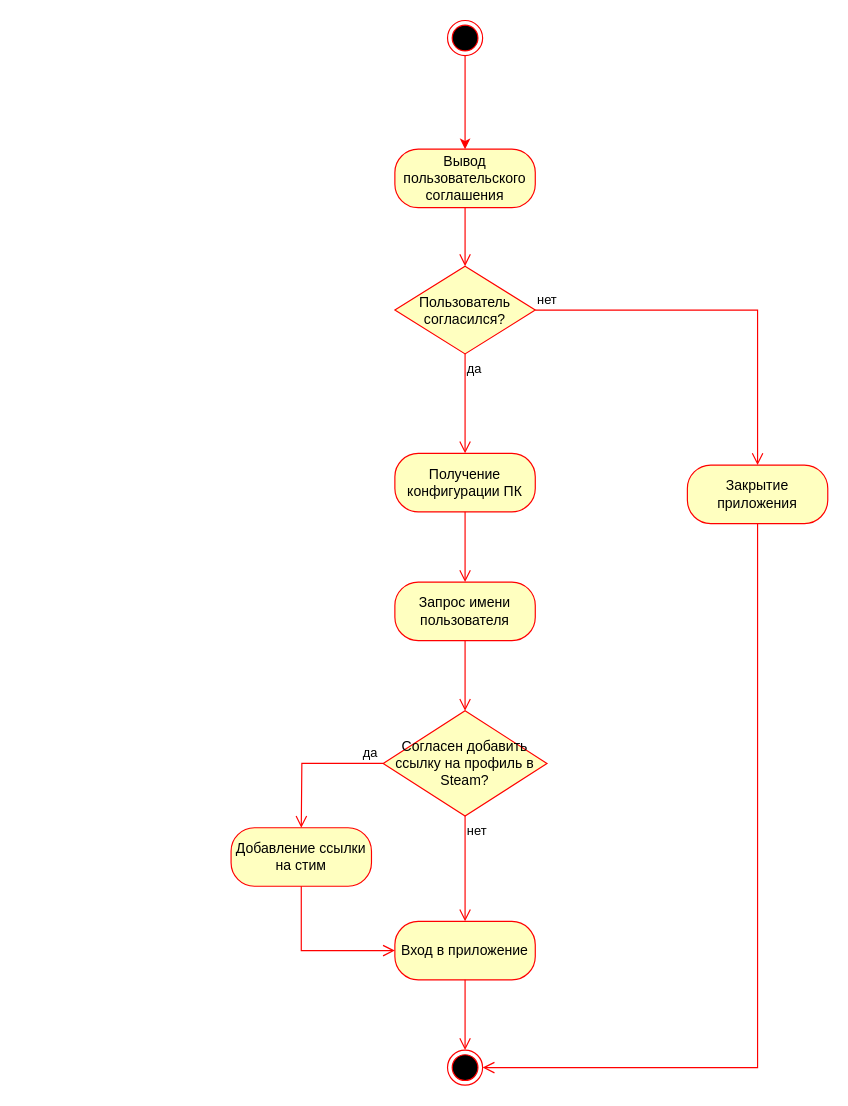
ReNecro100/WillPCHandle keeps this draw.io diagram as УП (II семестр)/Диаграмма деятельности РЕГИСТРАЦИЯ.drawio. Above is the earlier version. Source tidied: cells renumbered, new cells numbered last; positions are measured from the earlier drawing's top-left corner, leaving out a move shared by most shapes. Both pictures are drawn from the tidied source at 117%, with x=0, y=0 at pixel (230, 20).
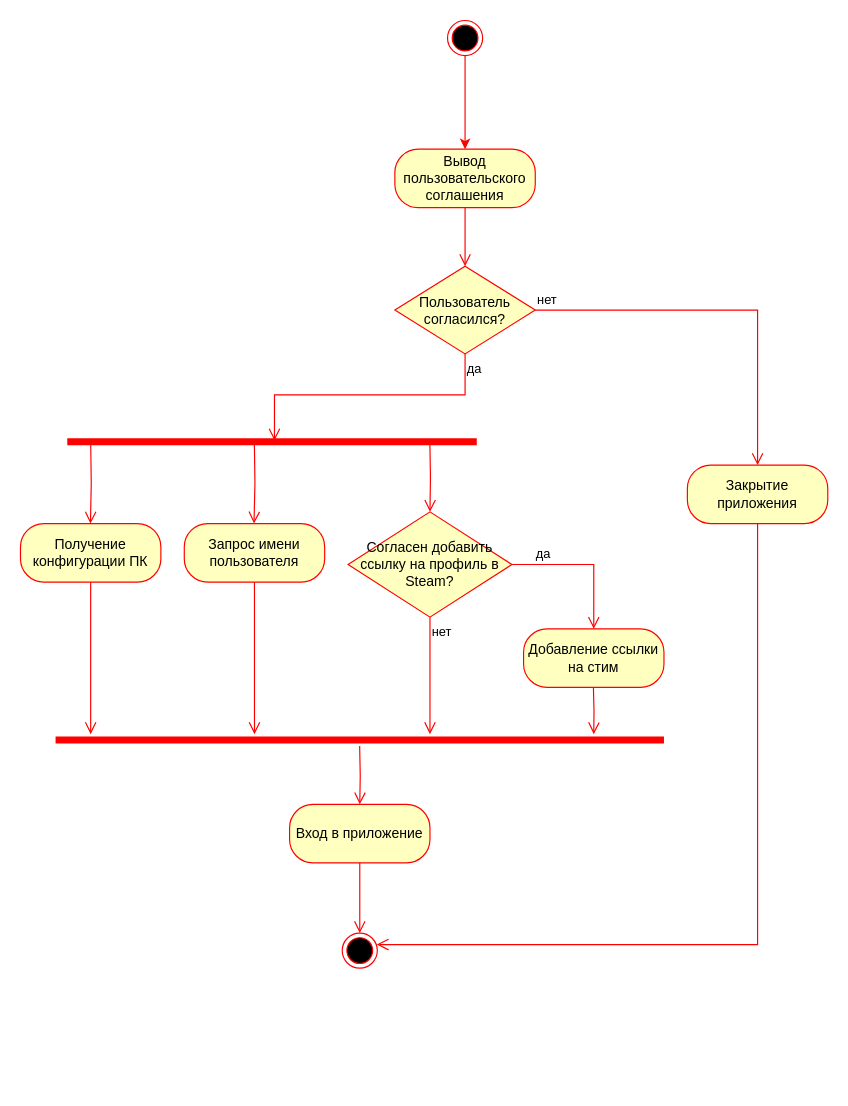
After the change.

The change refers to these unchanged cells:
```xml
<mxCell id="6" value="Пользователь согласился?" style="rhombus;whiteSpace=wrap;html=1;fontColor=#000000;fillColor=#ffffc0;strokeColor=#ff0000;" parent="1" vertex="1">
  <mxGeometry x="140" y="210" width="120" height="75" as="geometry" />
</mxCell>
<mxCell id="9" value="Закрытие приложения" style="rounded=1;whiteSpace=wrap;html=1;arcSize=40;fontColor=#000000;fillColor=#ffffc0;strokeColor=#ff0000;" parent="1" vertex="1">
  <mxGeometry x="390" y="380" width="120" height="50" as="geometry" />
</mxCell>
```

Diff of the diagram source:
```diff
@@
-    <mxCell id="8" value="да" style="edgeStyle=orthogonalEdgeStyle;html=1;align=left;verticalAlign=top;endArrow=open;endSize=8;strokeColor=#ff0000;rounded=0;" parent="1" edge="1" source="6">
-      <mxGeometry x="-1" relative="1" as="geometry">
-        <mxPoint x="200" y="370" as="targetPoint" />
-      </mxGeometry>
+    <mxCell id="8" value="да" style="edgeStyle=orthogonalEdgeStyle;html=1;align=left;verticalAlign=top;endArrow=open;endSize=8;strokeColor=#ff0000;rounded=0;entryX=0.506;entryY=0.4;entryDx=0;entryDy=0;entryPerimeter=0;" parent="1" edge="1" source="6" target="23">
+      <mxGeometry x="-1" relative="1" as="geometry" />
     </mxCell>
@@
-    <mxCell id="10" style="edgeStyle=orthogonalEdgeStyle;html=1;verticalAlign=bottom;endArrow=open;endSize=8;strokeColor=#ff0000;rounded=0;entryX=1;entryY=0.5;entryDx=0;entryDy=0;" parent="1" edge="1" source="9" target="15">
+    <mxCell id="10" style="edgeStyle=orthogonalEdgeStyle;html=1;verticalAlign=bottom;endArrow=open;endSize=8;strokeColor=#ff0000;rounded=0;entryX=0.983;entryY=0.328;entryDx=0;entryDy=0;entryPerimeter=0;" parent="1" edge="1" source="9" target="15">
       <mxGeometry relative="1" as="geometry">
         <Array as="points">
-          <mxPoint x="450" y="895" />
+          <mxPoint x="450" y="790" />
         </Array>
       </mxGeometry>
     </mxCell>
     <mxCell id="11" value="Получение конфигурации ПК" style="rounded=1;whiteSpace=wrap;html=1;arcSize=40;fontColor=#000000;fillColor=#ffffc0;strokeColor=#ff0000;" parent="1" vertex="1">
-      <mxGeometry x="140" y="370" width="120" height="50" as="geometry" />
+      <mxGeometry x="-180" y="430" width="120" height="50" as="geometry" />
     </mxCell>
     <mxCell id="12" style="edgeStyle=orthogonalEdgeStyle;html=1;verticalAlign=bottom;endArrow=open;endSize=8;strokeColor=#ff0000;rounded=0;" parent="1" edge="1" source="11">
       <mxGeometry relative="1" as="geometry">
-        <mxPoint x="200" y="480" as="targetPoint" />
+        <mxPoint x="-120" y="610" as="targetPoint" />
       </mxGeometry>
     </mxCell>
     <mxCell id="13" value="Вход в приложение" style="rounded=1;whiteSpace=wrap;html=1;arcSize=40;fontColor=#000000;fillColor=#ffffc0;strokeColor=#ff0000;" parent="1" vertex="1">
-      <mxGeometry x="140" y="770" width="120" height="50" as="geometry" />
+      <mxGeometry x="50" y="670" width="120" height="50" as="geometry" />
     </mxCell>
     <mxCell id="14" style="edgeStyle=orthogonalEdgeStyle;html=1;verticalAlign=bottom;endArrow=open;endSize=8;strokeColor=#ff0000;rounded=0;" parent="1" edge="1" source="13">
       <mxGeometry relative="1" as="geometry">
-        <mxPoint x="200" y="880" as="targetPoint" />
+        <mxPoint x="110" y="780" as="targetPoint" />
       </mxGeometry>
     </mxCell>
     <mxCell id="15" style="ellipse;html=1;shape=endState;fillColor=#000000;strokeColor=#ff0000;" parent="1" vertex="1">
-      <mxGeometry x="185" y="880" width="30" height="30" as="geometry" />
+      <mxGeometry x="95" y="780" width="30" height="30" as="geometry" />
     </mxCell>
     <mxCell id="16" value="Запрос имени пользователя" style="rounded=1;whiteSpace=wrap;html=1;arcSize=40;fontColor=#000000;fillColor=#ffffc0;strokeColor=#ff0000;" parent="1" vertex="1">
-      <mxGeometry x="140" y="480" width="120" height="50" as="geometry" />
+      <mxGeometry x="-40" y="430" width="120" height="50" as="geometry" />
     </mxCell>
     <mxCell id="17" style="edgeStyle=orthogonalEdgeStyle;html=1;verticalAlign=bottom;endArrow=open;endSize=8;strokeColor=#ff0000;rounded=0;" parent="1" edge="1" source="16">
       <mxGeometry relative="1" as="geometry">
-        <mxPoint x="200" y="590" as="targetPoint" />
+        <mxPoint x="20" y="610" as="targetPoint" />
       </mxGeometry>
     </mxCell>
     <mxCell id="18" value="Добавление ссылки на стим" style="rounded=1;whiteSpace=wrap;html=1;arcSize=40;fontColor=#000000;fillColor=#ffffc0;strokeColor=#ff0000;" parent="1" vertex="1">
-      <mxGeometry y="690" width="120" height="50" as="geometry" />
+      <mxGeometry x="250" y="520" width="120" height="50" as="geometry" />
     </mxCell>
-    <mxCell id="19" style="edgeStyle=orthogonalEdgeStyle;html=1;verticalAlign=bottom;endArrow=open;endSize=8;strokeColor=#ff0000;rounded=0;entryX=0;entryY=0.5;entryDx=0;entryDy=0;" parent="1" edge="1" source="18" target="13">
-      <mxGeometry relative="1" as="geometry">
-        <Array as="points">
-          <mxPoint x="60" y="795" />
-        </Array>
-      </mxGeometry>
-    </mxCell>
     <mxCell id="20" value="Согласен добавить ссылку на профиль в Steam?" style="rhombus;whiteSpace=wrap;html=1;fontColor=#000000;fillColor=#ffffc0;strokeColor=#ff0000;" parent="1" vertex="1">
-      <mxGeometry x="130" y="590" width="140" height="90" as="geometry" />
+      <mxGeometry x="100" y="420" width="140" height="90" as="geometry" />
     </mxCell>
-    <mxCell id="21" value="да" style="edgeStyle=orthogonalEdgeStyle;html=1;align=left;verticalAlign=bottom;endArrow=open;endSize=8;strokeColor=#ff0000;rounded=0;exitX=0;exitY=0.5;exitDx=0;exitDy=0;" parent="1" edge="1" source="20">
+    <mxCell id="21" value="да" style="edgeStyle=orthogonalEdgeStyle;html=1;align=left;verticalAlign=bottom;endArrow=open;endSize=8;strokeColor=#ff0000;rounded=0;exitX=1;exitY=0.5;exitDx=0;exitDy=0;entryX=0.5;entryY=0;entryDx=0;entryDy=0;" parent="1" edge="1" source="20" target="18">
       <mxGeometry x="-0.69" relative="1" as="geometry">
-        <mxPoint x="60" y="690" as="targetPoint" />
+        <Array as="points">
+          <mxPoint x="310" y="465" />
+        </Array>
       </mxGeometry>
     </mxCell>
-    <mxCell id="22" value="нет" style="edgeStyle=orthogonalEdgeStyle;html=1;align=left;verticalAlign=top;endArrow=open;endSize=8;strokeColor=#ff0000;rounded=0;entryX=0.5;entryY=0;entryDx=0;entryDy=0;" parent="1" edge="1" source="20" target="13">
-      <mxGeometry x="-1" relative="1" as="geometry" />
+    <mxCell id="22" value="нет" style="edgeStyle=orthogonalEdgeStyle;html=1;align=left;verticalAlign=top;endArrow=open;endSize=8;strokeColor=#ff0000;rounded=0;" parent="1" edge="1" source="20">
+      <mxGeometry x="-1" relative="1" as="geometry">
+        <mxPoint x="170" y="610" as="targetPoint" />
+      </mxGeometry>
     </mxCell>
+    <mxCell id="23" style="shape=line;html=1;strokeWidth=6;strokeColor=#ff0000;" parent="1" vertex="1">
+      <mxGeometry x="-140" y="355" width="350" height="10" as="geometry" />
+    </mxCell>
+    <mxCell id="24" style="shape=line;html=1;strokeWidth=6;strokeColor=#ff0000;" parent="1" vertex="1">
+      <mxGeometry x="-150" y="610" width="520" height="10" as="geometry" />
+    </mxCell>
+    <mxCell id="25" style="edgeStyle=orthogonalEdgeStyle;html=1;verticalAlign=bottom;endArrow=open;endSize=8;strokeColor=#ff0000;rounded=0;" parent="1" edge="1">
+      <mxGeometry relative="1" as="geometry">
+        <mxPoint x="309.7" y="570" as="sourcePoint" />
+        <mxPoint x="310" y="610" as="targetPoint" />
+      </mxGeometry>
+    </mxCell>
+    <mxCell id="26" style="edgeStyle=orthogonalEdgeStyle;html=1;verticalAlign=bottom;endArrow=open;endSize=8;strokeColor=#ff0000;rounded=0;" parent="1" edge="1">
+      <mxGeometry relative="1" as="geometry">
+        <mxPoint x="-120" y="360" as="sourcePoint" />
+        <mxPoint x="-120.2" y="430" as="targetPoint" />
+      </mxGeometry>
+    </mxCell>
+    <mxCell id="27" style="edgeStyle=orthogonalEdgeStyle;html=1;verticalAlign=bottom;endArrow=open;endSize=8;strokeColor=#ff0000;rounded=0;" parent="1" edge="1">
+      <mxGeometry relative="1" as="geometry">
+        <mxPoint x="19.9" y="360" as="sourcePoint" />
+        <mxPoint x="19.6" y="430" as="targetPoint" />
+      </mxGeometry>
+    </mxCell>
+    <mxCell id="28" style="edgeStyle=orthogonalEdgeStyle;html=1;verticalAlign=bottom;endArrow=open;endSize=8;strokeColor=#ff0000;rounded=0;" parent="1" edge="1">
+      <mxGeometry relative="1" as="geometry">
+        <mxPoint x="169.9" y="360" as="sourcePoint" />
+        <mxPoint x="170" y="420" as="targetPoint" />
+      </mxGeometry>
+    </mxCell>
+    <mxCell id="29" style="edgeStyle=orthogonalEdgeStyle;html=1;verticalAlign=bottom;endArrow=open;endSize=8;strokeColor=#ff0000;rounded=0;" parent="1" edge="1">
+      <mxGeometry relative="1" as="geometry">
+        <mxPoint x="109.9" y="620" as="sourcePoint" />
+        <mxPoint x="110" y="670" as="targetPoint" />
+      </mxGeometry>
+    </mxCell>
```
